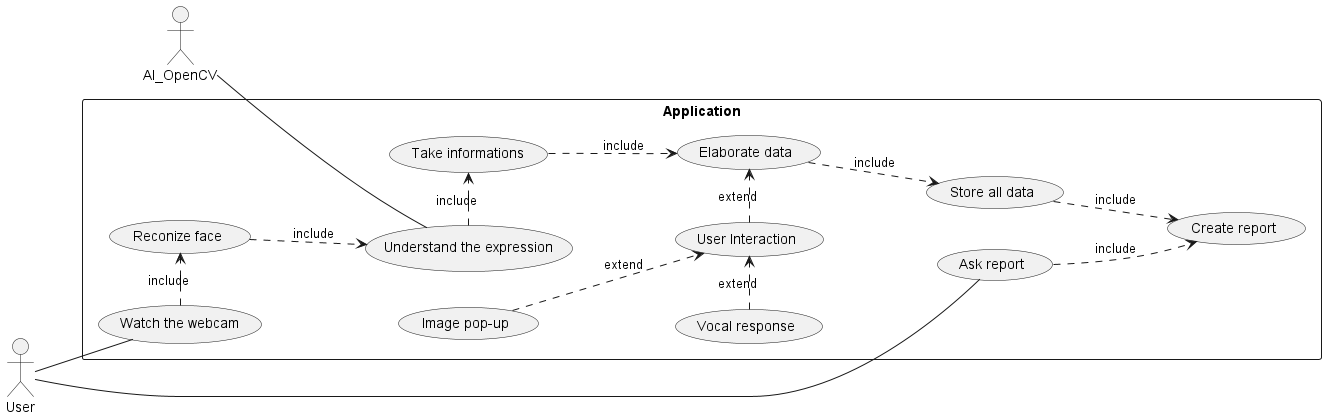
The PlantUML diagram 7_Allegati/UseCase/UseCase_EmoSupporter.png in EwanBorsa/EmoSupporter, before a commit.
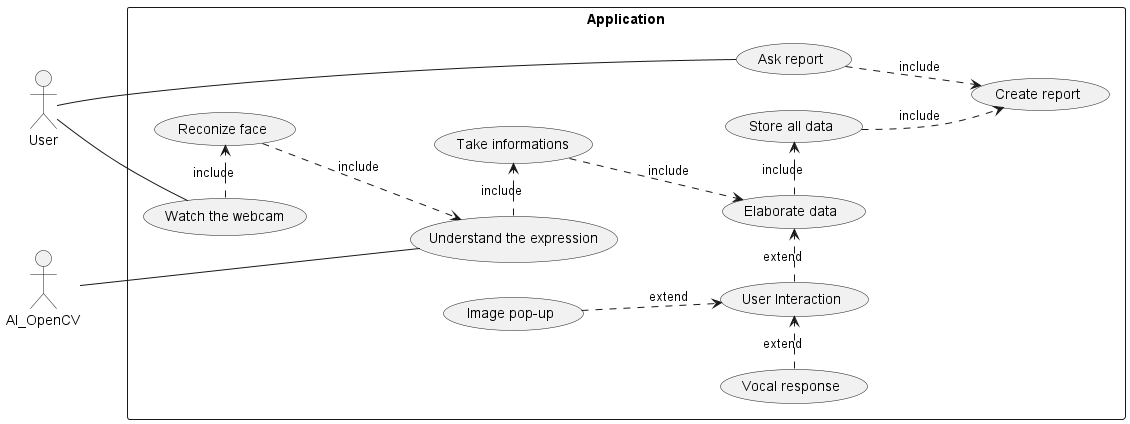
The same file after the commit.

What changed in the source:
```diff
@@ -5,17 +5,17 @@
 actor AI_OpenCV
 rectangle Application {
   User -- (Watch the webcam)
-  User -- (Ask report)
-  AI_OpenCV -- (Understand the expression)
+  User - (Ask report)
+  AI_OpenCV --- (Understand the expression)
 
   (Watch the webcam) .> (Reconize face) : include
   (Reconize face) ..> (Understand the expression) : include
   (Understand the expression) .> (Take informations) : include
   (Take informations) ..> (Elaborate data) : include
 
-  (Elaborate data) ..> (Store all data) : include
+  (Elaborate data) .> (Store all data) : include
+  (Store all data) ..> (Create report) : include
   (Ask report) ..> (Create report) : include
-  (Store all data) ..> (Create report) : include
 
   (User Interaction) .> (Elaborate data) : extend
   (Image pop-up) ..> (User Interaction) : extend
```
